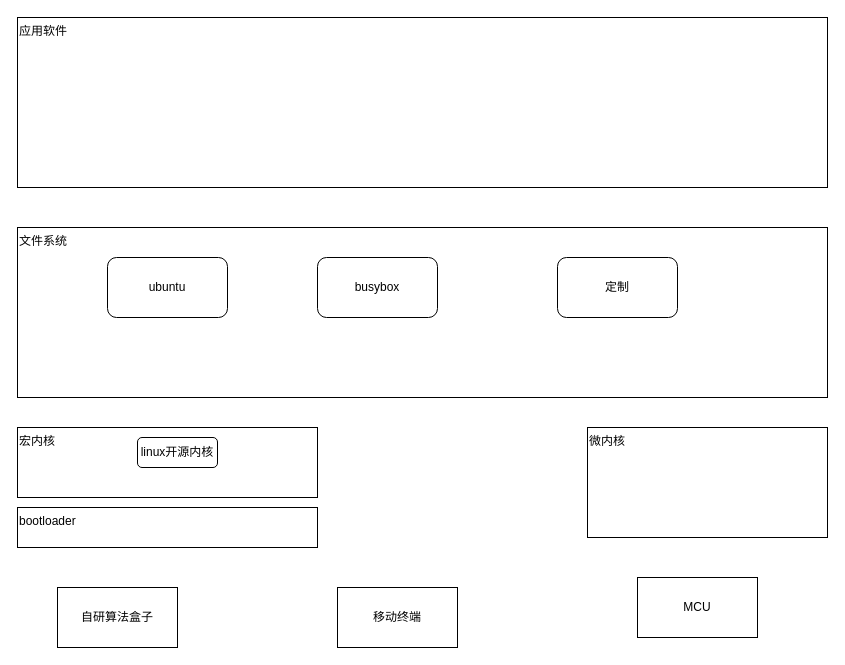
Earlier version of the draw.io diagram platform_design.drawio (qiaoshouxing/draw.io). Source tidied: cells renumbered, new cells numbered last; positions are measured from the earlier drawing's top-left corner, leaving out a move shared by most shapes. Both pictures are drawn from the tidied source at 100%, with x=0, y=0 at pixel (17, 17).
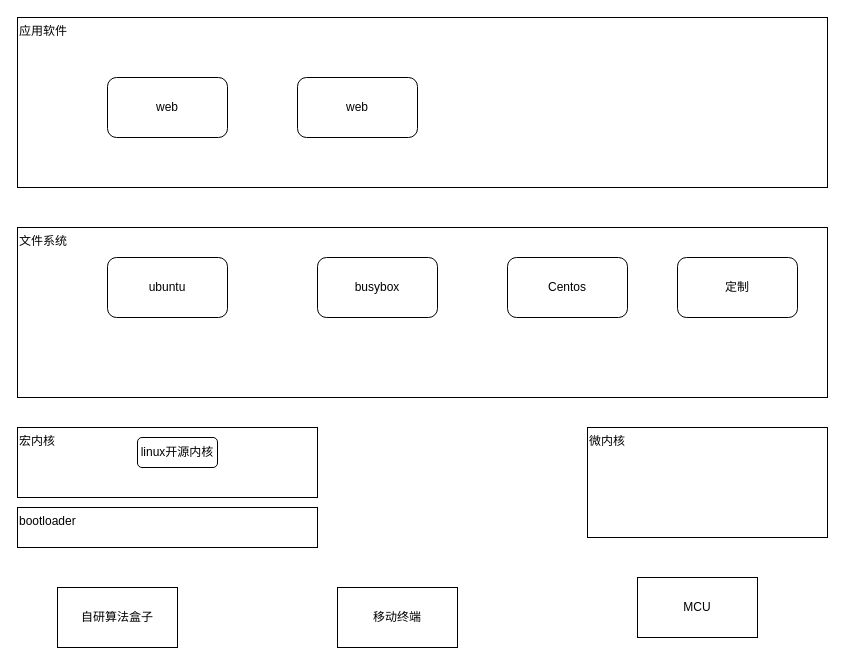
The same diagram, later.

The edit, as a diff of the source:
```diff
@@
 <mxGraphModel background="#ffffff">
   <root>
     <mxCell id="0" />
     <mxCell id="1" parent="0" />
     <mxCell id="2" value="自研算法盒子" style="rounded=0;whiteSpace=wrap;html=1;" parent="1" vertex="1">
       <mxGeometry x="40" y="570" width="120" height="60" as="geometry" />
     </mxCell>
     <mxCell id="3" value="移动终端" style="rounded=0;whiteSpace=wrap;html=1;" parent="1" vertex="1">
       <mxGeometry x="320" y="570" width="120" height="60" as="geometry" />
     </mxCell>
     <mxCell id="4" value="宏内核" style="rounded=0;whiteSpace=wrap;html=1;align=left;verticalAlign=top;" parent="1" vertex="1">
       <mxGeometry y="410" width="300" height="70" as="geometry" />
     </mxCell>
     <mxCell id="5" value="文件系统" style="rounded=0;whiteSpace=wrap;html=1;align=left;verticalAlign=top;" parent="1" vertex="1">
       <mxGeometry y="210" width="810" height="170" as="geometry" />
     </mxCell>
     <mxCell id="6" value="应用软件" style="rounded=0;whiteSpace=wrap;html=1;align=left;verticalAlign=top;" parent="1" vertex="1">
       <mxGeometry width="810" height="170" as="geometry" />
     </mxCell>
     <mxCell id="7" value="ubuntu" style="rounded=1;whiteSpace=wrap;html=1;align=center;" parent="1" vertex="1">
       <mxGeometry x="90" y="240" width="120" height="60" as="geometry" />
     </mxCell>
     <mxCell id="8" value="busybox" style="rounded=1;whiteSpace=wrap;html=1;align=center;" parent="1" vertex="1">
       <mxGeometry x="300" y="240" width="120" height="60" as="geometry" />
     </mxCell>
     <mxCell id="9" value="定制" style="rounded=1;whiteSpace=wrap;html=1;align=center;" parent="1" vertex="1">
-      <mxGeometry x="540" y="240" width="120" height="60" as="geometry" />
+      <mxGeometry x="660" y="240" width="120" height="60" as="geometry" />
     </mxCell>
     <mxCell id="10" value="bootloader" style="rounded=0;whiteSpace=wrap;html=1;align=left;verticalAlign=top;" parent="1" vertex="1">
       <mxGeometry y="490" width="300" height="40" as="geometry" />
     </mxCell>
     <mxCell id="11" value="linux开源内核" style="rounded=1;whiteSpace=wrap;html=1;align=center;" parent="1" vertex="1">
       <mxGeometry x="120" y="420" width="80" height="30" as="geometry" />
     </mxCell>
     <mxCell id="12" value="微内核" style="rounded=0;whiteSpace=wrap;html=1;align=left;verticalAlign=top;" parent="1" vertex="1">
       <mxGeometry x="570" y="410" width="240" height="110" as="geometry" />
     </mxCell>
     <mxCell id="13" value="MCU" style="rounded=0;whiteSpace=wrap;html=1;" parent="1" vertex="1">
       <mxGeometry x="620" y="560" width="120" height="60" as="geometry" />
     </mxCell>
+    <mxCell id="14" value="Centos" style="rounded=1;whiteSpace=wrap;html=1;align=center;" parent="1" vertex="1">
+      <mxGeometry x="490" y="240" width="120" height="60" as="geometry" />
+    </mxCell>
+    <mxCell id="15" value="web" style="rounded=1;whiteSpace=wrap;html=1;align=center;" parent="1" vertex="1">
+      <mxGeometry x="90" y="60" width="120" height="60" as="geometry" />
+    </mxCell>
+    <mxCell id="16" value="web" style="rounded=1;whiteSpace=wrap;html=1;align=center;" parent="1" vertex="1">
+      <mxGeometry x="280" y="60" width="120" height="60" as="geometry" />
+    </mxCell>
   </root>
 </mxGraphModel>
```
